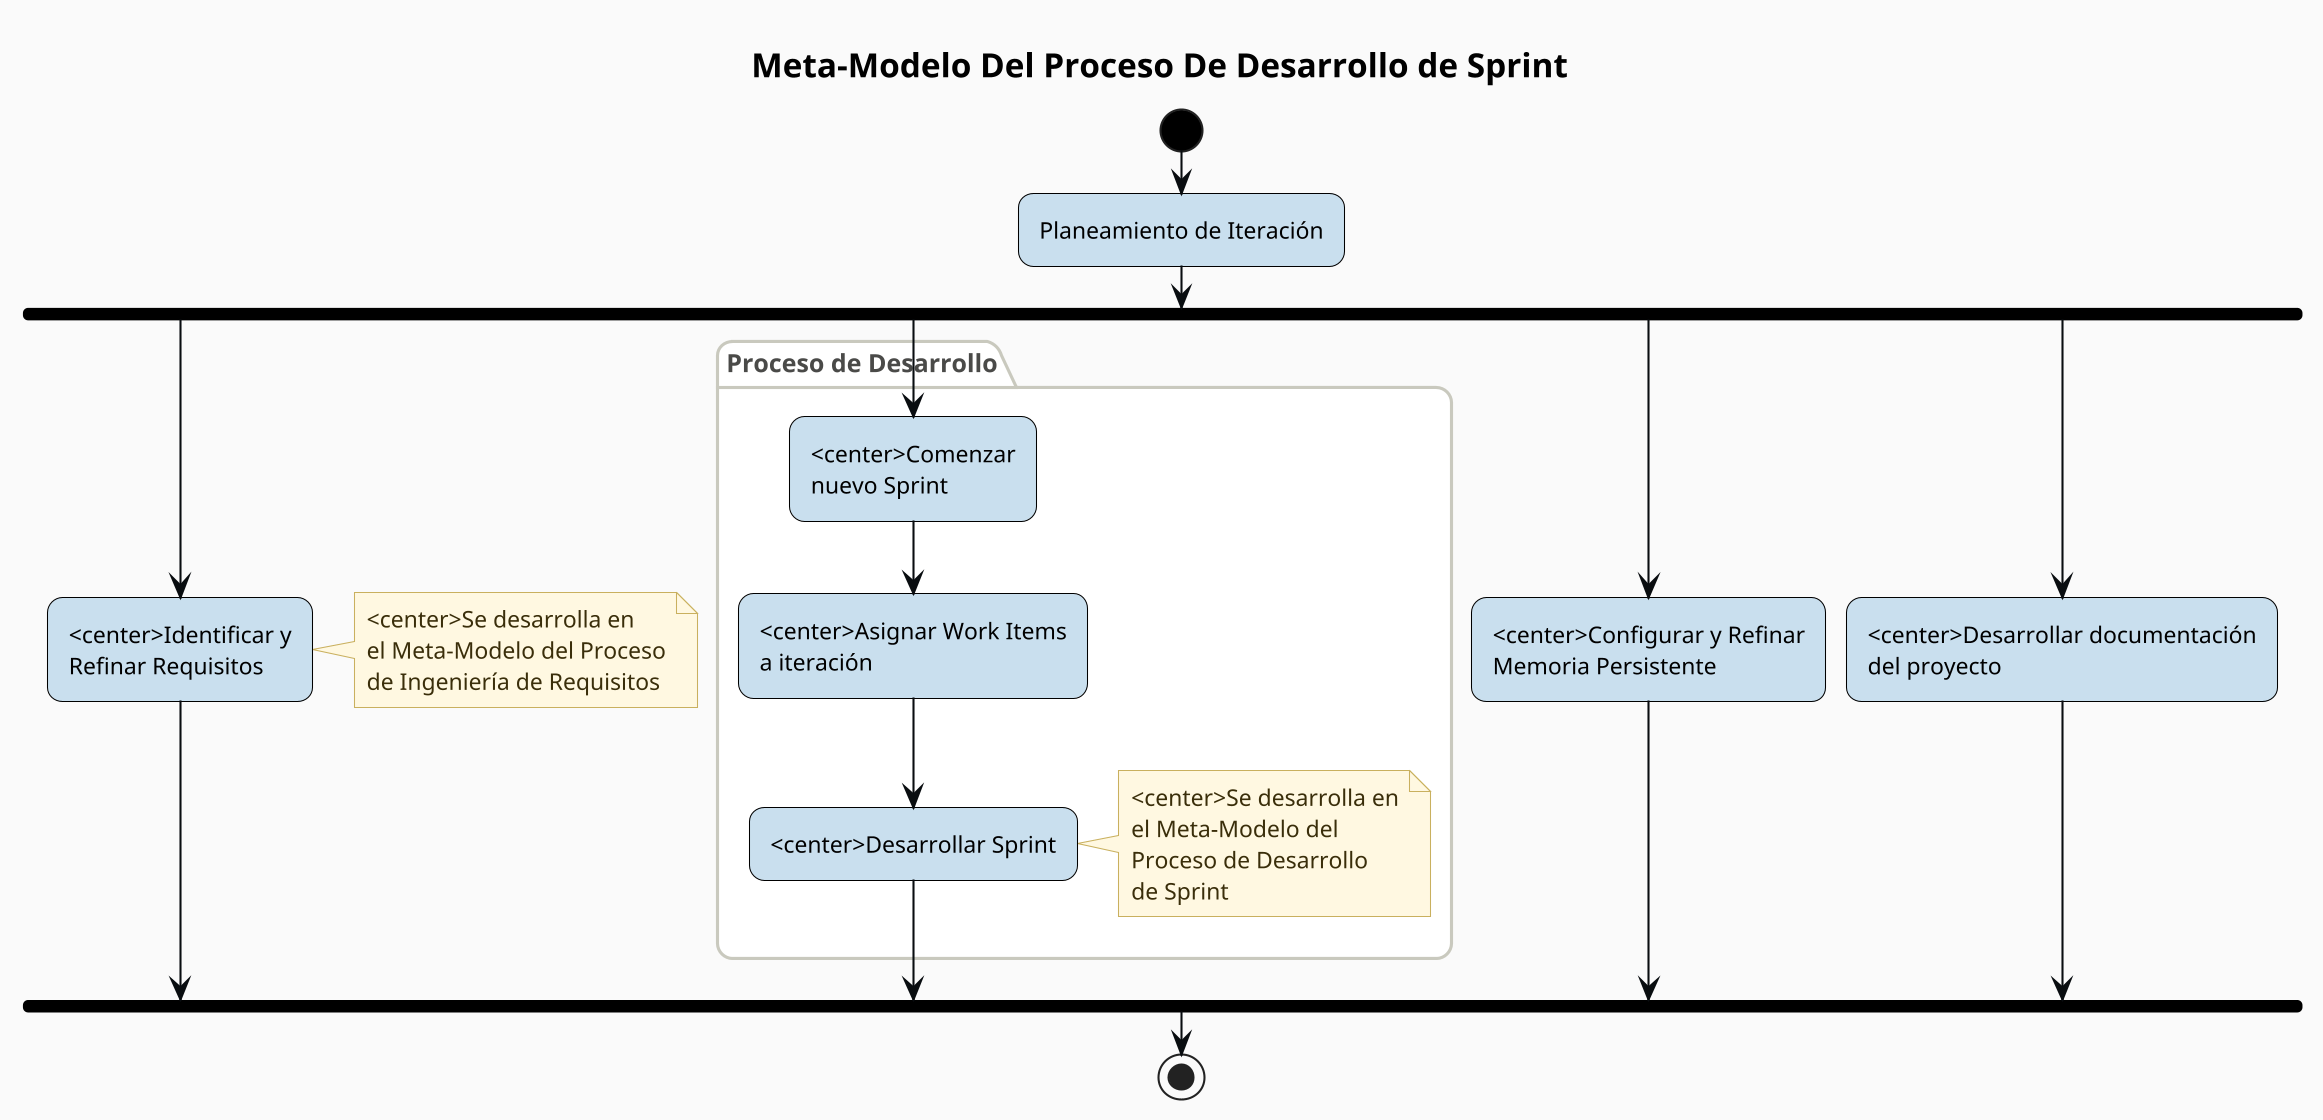
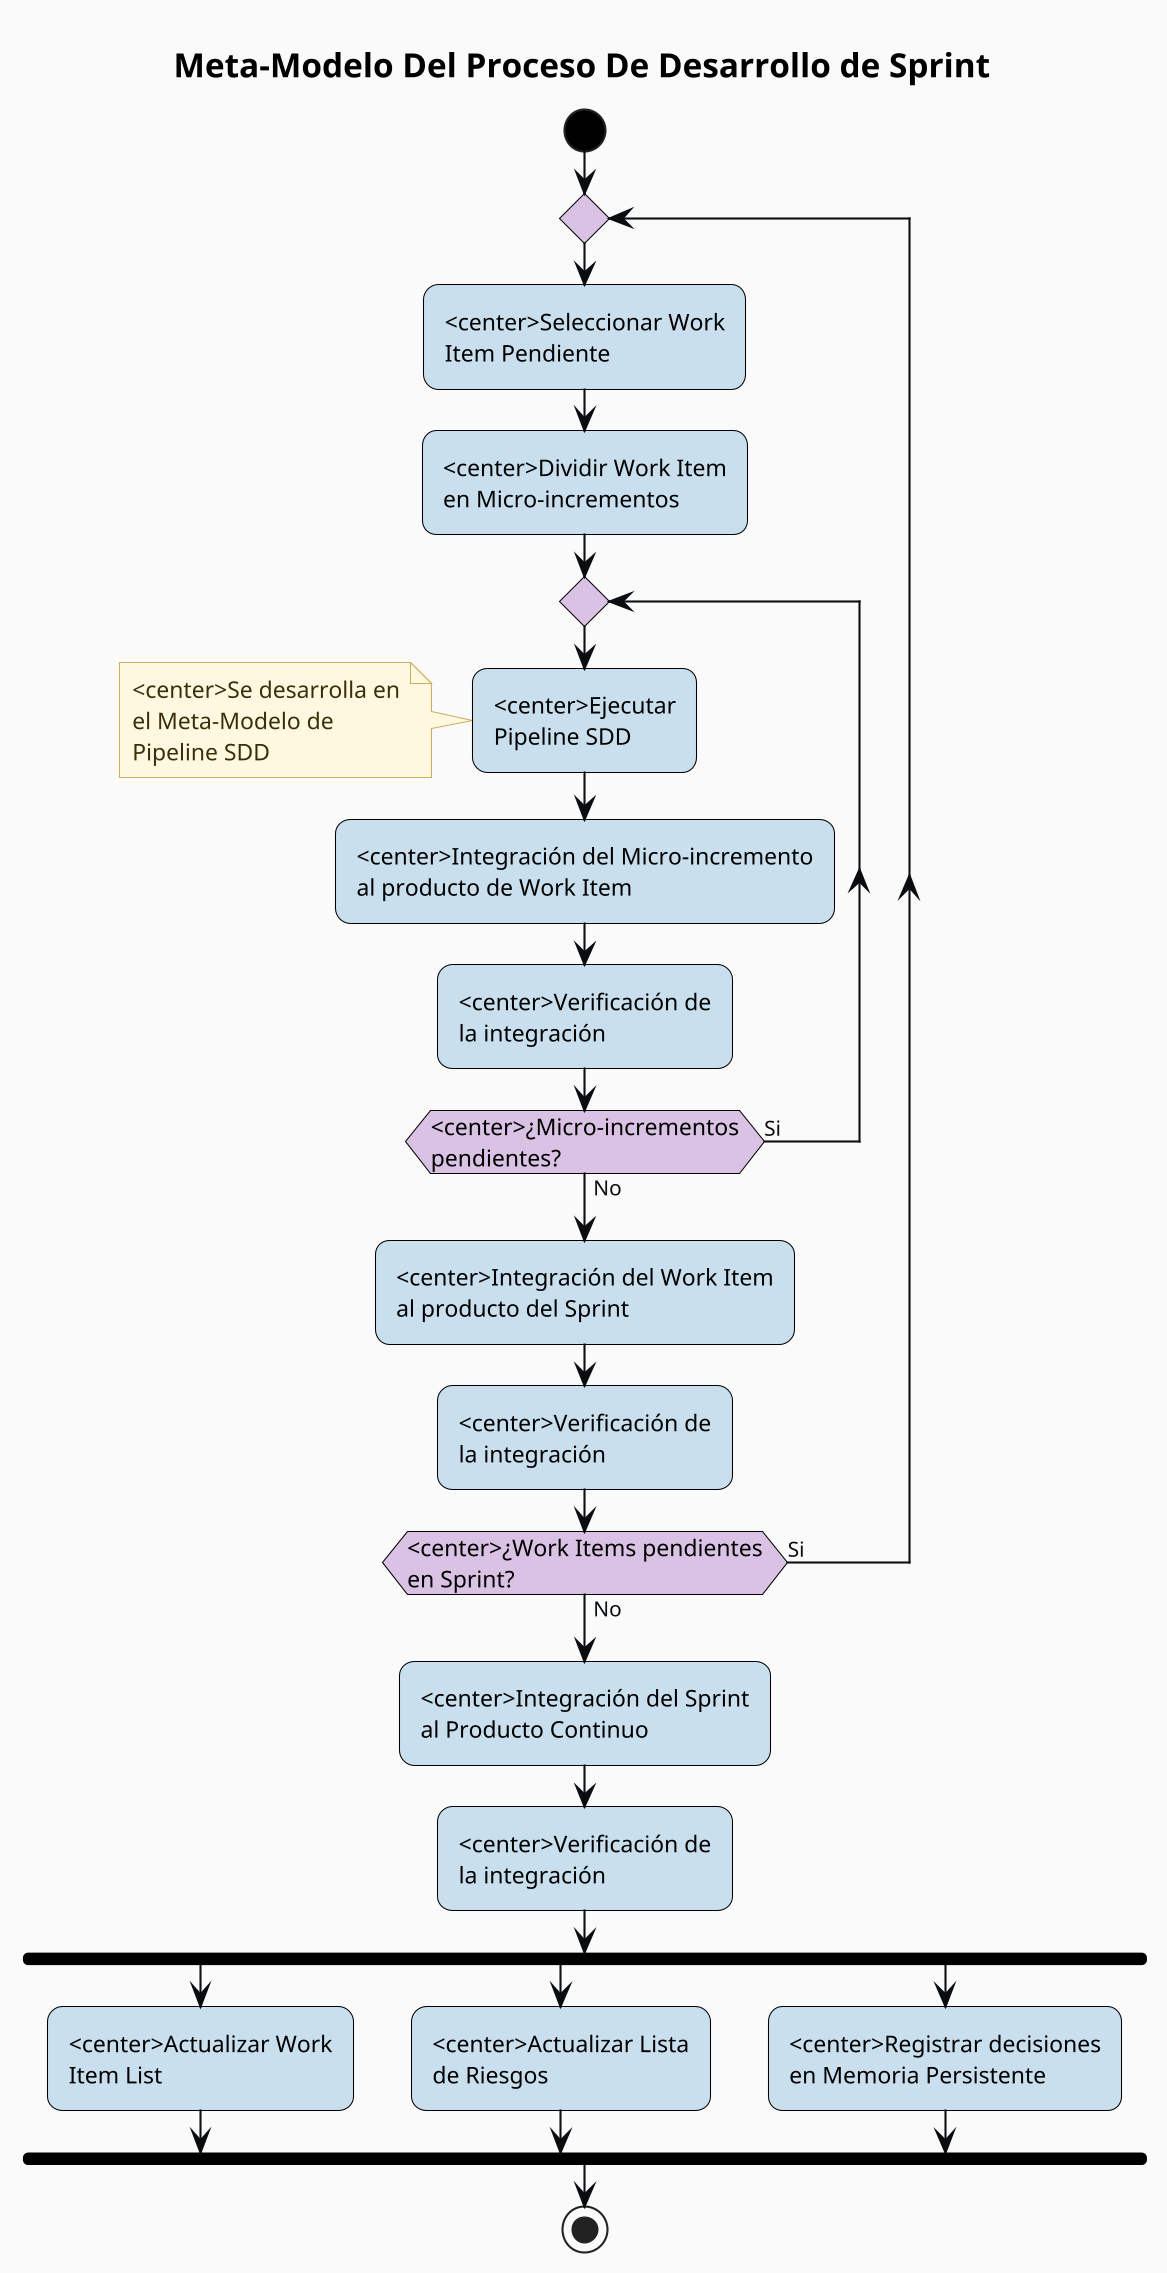
@startuml FaseConstruccion
skinparam dpi 200
title  Meta-Modelo Del Proceso De Desarrollo de Sprint

' === Modern soft theme ===
skinparam backgroundColor #FAFAFA
skinparam defaultFontName Helvetica
skinparam defaultFontSize 11
skinparam titleFontSize 16
skinparam titleFontStyle bold
skinparam shadowing false
skinparam roundCorner 14
skinparam linetype polyline

skinparam activity {
    BackgroundColor       #C9DFEE
    BorderColor           #000000
    FontColor             #000000
    FontName              Helvetica
    FontSize              11
    DiamondBackgroundColor #D9C2E3
    DiamondBorderColor    #000000
    DiamondFontColor      #000000
    StartColor            #000000
    EndColor              #000000
    BarColor              #000000
}

skinparam partition {
    BackgroundColor #FFFFFF
    BorderColor     #C9C9BE
    FontColor       #4A4A48
    FontStyle       bold
    FontSize        12
}

skinparam arrow {
    Color     #090D10
    FontColor #090D10
    FontSize  10
    Thickness 1
}

skinparam note {
    BackgroundColor #FFF8E1
    BorderColor     #C9B05E
    FontColor       #3A2E0A
}
- ' FASE CONSTRUCTION
+ 
+ !define ProMan <center>Project\nManager
+ !define ProManAna <center>Project\nManager\n+ Analista
+ !define Ana <center>Analista
+ !define AnaArq <center>Analista\n+ Arquitecto
+ !define Arq <center>Arquitecto
+ !define Dev <center>Desarrollador
+ !define Tes <center>Tester
+ 
start
- :Planeamiento de Iteración;
+ repeat
+     :<center>Seleccionar Work\nItem Pendiente;
+     :<center>Dividir Work Item\nen Micro-incrementos;
+     repeat
+         :<center>Ejecutar\nPipeline SDD;
+         note left:<center>Se desarrolla en\nel Meta-Modelo de\nPipeline SDD
+         :<center>Integración del Micro-incremento\nal producto de Work Item;
+         :<center>Verificación de\nla integración;
+     repeat while (<center>¿Micro-incrementos\npendientes?) is (Si) not (No)
+     :<center>Integración del Work Item\nal producto del Sprint;
+     :<center>Verificación de\nla integración;
+ repeat while (<center>¿Work Items pendientes\nen Sprint?) is (Si) not (No)
+ 
+ :<center>Integración del Sprint\nal Producto Continuo;
+ :<center>Verificación de\nla integración;
fork
-     :<center>Identificar y\nRefinar Requisitos;
-     note right:<center>Se desarrolla en\nel Meta-Modelo del Proceso\nde Ingeniería de Requisitos
+     :<center>Actualizar Work\nItem List;
fork again
- package Proceso de Desarrollo {
-     :<center>Comenzar\nnuevo Sprint;
-     :<center>Asignar Work Items\na iteración;
-     :<center>Desarrollar Sprint;
-     note right:<center>Se desarrolla en\nel Meta-Modelo del\nProceso de Desarrollo\nde Sprint
- }
+     :<center>Actualizar Lista\nde Riesgos;
fork again
-     :<center>Configurar y Refinar\nMemoria Persistente;
- fork again
-     :<center>Desarrollar documentación\ndel proyecto;
- endfork
+     :<center>Registrar decisiones\nen Memoria Persistente;
+ end fork
+ 
stop

@enduml
